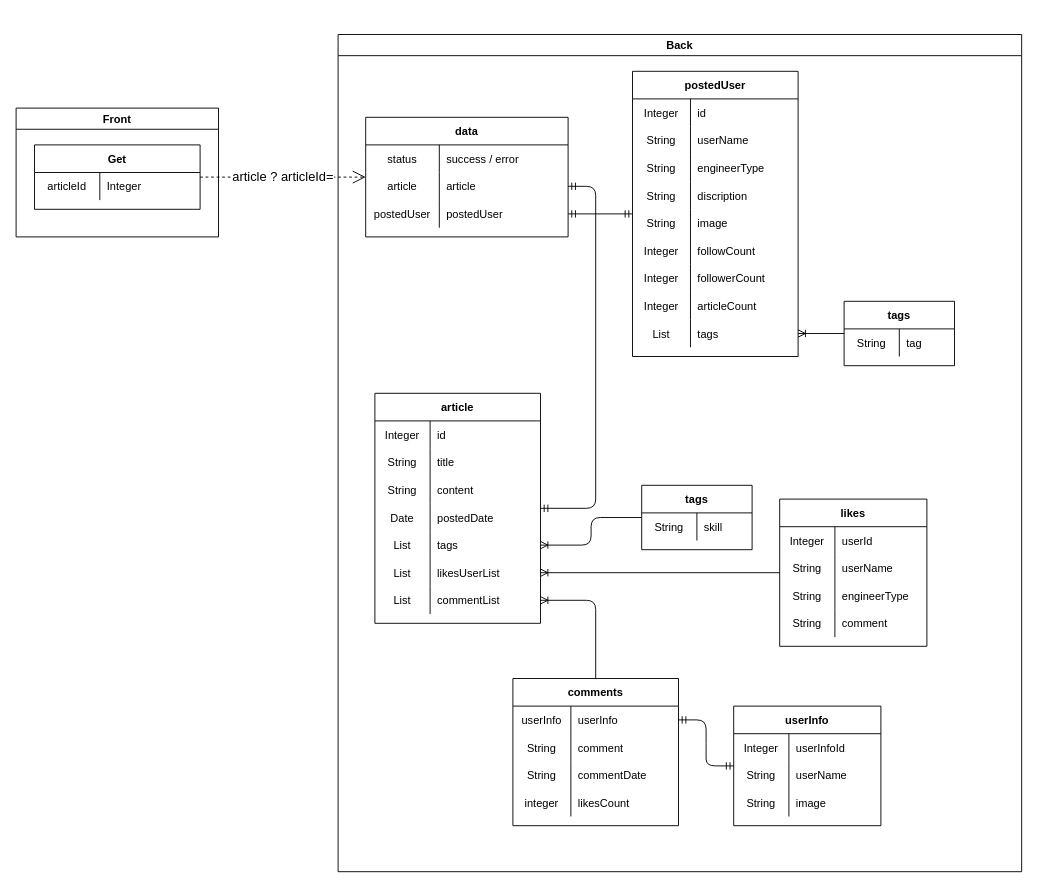
Above: page "記事詳細" (5 of 17) of Designs/基本設計.drawio in yusuke-rakus/Qiish (draw.io), before the change. Source tidied: cells renumbered, new cells numbered last; positions are measured from the earlier drawing's top-left corner, leaving out a move shared by most shapes. Both pictures are drawn from the tidied source at 92%, with x=0, y=0 at pixel (16, 34).
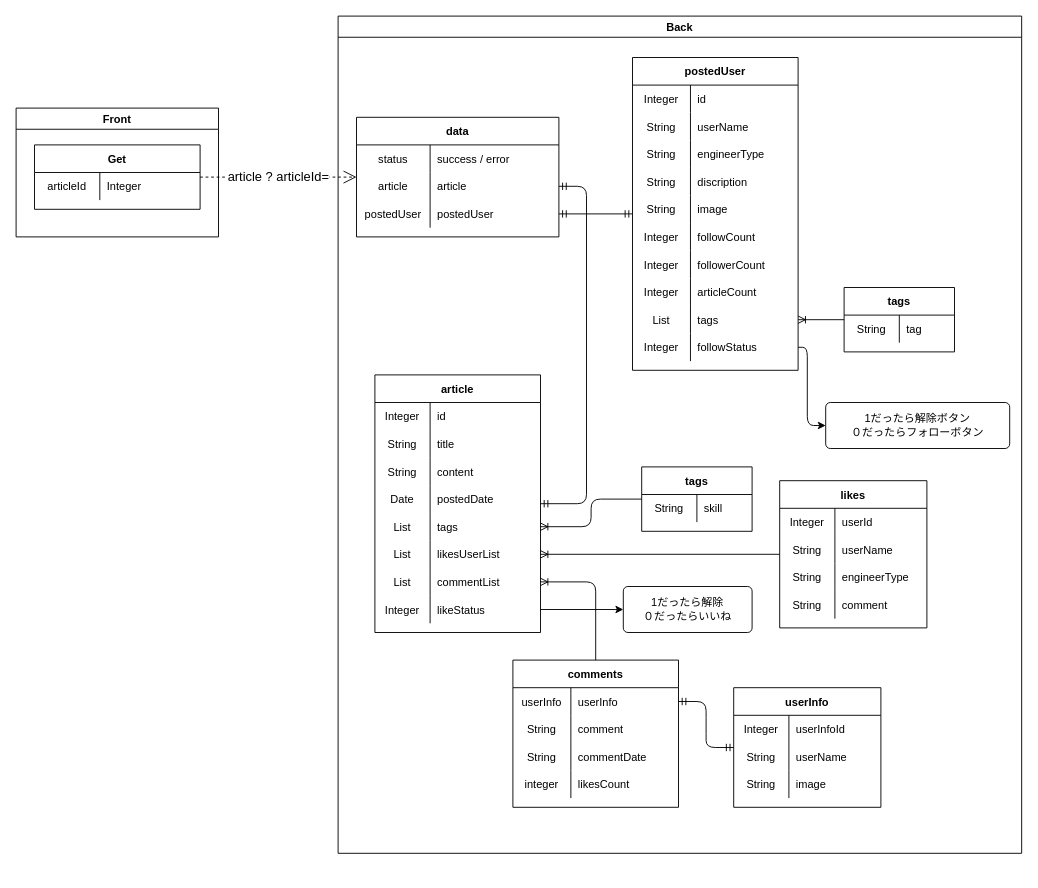
The same page after the edit.

The change refers to these unchanged cells:
```xml
<mxCell id="3" value="Get" style="shape=table;startSize=30;childLayout=tableLayout;rowLines=0;fontStyle=1;align=center;" parent="2" vertex="1">
  <mxGeometry x="20" y="40" width="180" height="70" as="geometry" />
</mxCell>
<mxCell id="15" style="shape=partialRectangle;fillColor=none;top=0;left=0;bottom=0;right=0;points=[[0,0.5],[1,0.5]];portConstraint=eastwest;" parent="8" vertex="1">
  <mxGeometry y="90" width="220" height="30" as="geometry" />
</mxCell>
<mxCell id="115" style="shape=partialRectangle;fillColor=none;top=0;left=0;bottom=0;right=0;points=[[0,0.5],[1,0.5]];portConstraint=eastwest;" parent="90" vertex="1">
  <mxGeometry y="270" width="180" height="30" as="geometry" />
</mxCell>
```

The edit, as a diff of the source:
```diff
@@
     <mxCell id="7" value="Back" style="swimlane;" parent="1" vertex="1">
-      <mxGeometry x="350" width="743" height="910" as="geometry" />
+      <mxGeometry x="350" y="-20" width="743" height="910" as="geometry" />
     </mxCell>
     <mxCell id="8" value="data" style="shape=table;startSize=30;childLayout=tableLayout;rowLines=0;fontStyle=1;align=center;" parent="7" vertex="1">
-      <mxGeometry x="30" y="90" width="220" height="130" as="geometry" />
+      <mxGeometry x="20" y="110" width="220" height="130" as="geometry" />
     </mxCell>
@@
     <mxCell id="18" value="tags" style="shape=table;startSize=30;childLayout=tableLayout;rowLines=0;fontStyle=1;align=center;" parent="7" vertex="1">
-      <mxGeometry x="550" y="290" width="120" height="70" as="geometry" />
+      <mxGeometry x="550" y="295" width="120" height="70" as="geometry" />
     </mxCell>
@@
     <mxCell id="63" value="article" style="shape=table;startSize=30;childLayout=tableLayout;rowLines=0;fontStyle=1;align=center;" parent="7" vertex="1">
-      <mxGeometry x="40" y="390" width="180" height="250" as="geometry" />
+      <mxGeometry x="40" y="390" width="180" height="280" as="geometry" />
     </mxCell>
@@
+    <mxCell id="120" style="shape=partialRectangle;fillColor=none;top=0;left=0;bottom=0;right=0;points=[[0,0.5],[1,0.5]];portConstraint=eastwest;" parent="63" vertex="1">
+      <mxGeometry y="240" width="180" height="30" as="geometry" />
+    </mxCell>
+    <mxCell id="121" value="Integer" style="shape=partialRectangle;fillColor=none;top=0;left=0;bottom=0;right=0;overflow=hidden;" parent="120" vertex="1">
+      <mxGeometry width="60" height="30" as="geometry" />
+    </mxCell>
+    <mxCell id="122" value="likeStatus" style="shape=partialRectangle;fillColor=none;top=0;left=0;bottom=0;right=0;align=left;spacingLeft=6;overflow=hidden;" parent="120" vertex="1">
+      <mxGeometry x="60" width="120" height="30" as="geometry" />
+    </mxCell>
@@
-    <mxCell id="89" value="&lt;font style=&quot;font-size: 14px&quot;&gt;article ? articleId=&lt;br&gt;&lt;/font&gt;" style="endArrow=open;endSize=12;dashed=1;html=1;" parent="1" edge="1" source="3" target="8">
-      <mxGeometry relative="1" as="geometry" />
-    </mxCell>
-    <mxCell id="90" value="postedUser" style="shape=table;startSize=30;childLayout=tableLayout;rowLines=0;fontStyle=1;align=center;" parent="1" vertex="1">
-      <mxGeometry x="670" y="40" width="180" height="310" as="geometry" />
+    <mxCell id="90" value="postedUser" style="shape=table;startSize=30;childLayout=tableLayout;rowLines=0;fontStyle=1;align=center;" parent="7" vertex="1">
+      <mxGeometry x="320" y="45" width="180" height="340" as="geometry" />
     </mxCell>
@@
+    <mxCell id="123" style="shape=partialRectangle;fillColor=none;top=0;left=0;bottom=0;right=0;points=[[0,0.5],[1,0.5]];portConstraint=eastwest;" parent="90" vertex="1">
+      <mxGeometry y="300" width="180" height="30" as="geometry" />
+    </mxCell>
+    <mxCell id="124" value="Integer" style="shape=partialRectangle;fillColor=none;top=0;left=0;bottom=0;right=0;overflow=hidden;" parent="123" vertex="1">
+      <mxGeometry width="63" height="30" as="geometry" />
+    </mxCell>
+    <mxCell id="125" value="followStatus" style="shape=partialRectangle;fillColor=none;top=0;left=0;bottom=0;right=0;align=left;spacingLeft=6;overflow=hidden;" parent="123" vertex="1">
+      <mxGeometry x="63" width="117" height="30" as="geometry" />
+    </mxCell>
-    <mxCell id="118" style="edgeStyle=orthogonalEdgeStyle;fontSize=12;html=1;endArrow=ERoneToMany;" parent="1" edge="1" source="18" target="115">
+    <mxCell id="118" style="edgeStyle=orthogonalEdgeStyle;fontSize=12;html=1;endArrow=ERoneToMany;" parent="7" edge="1" source="18" target="115">
       <mxGeometry relative="1" as="geometry" />
     </mxCell>
-    <mxCell id="119" style="edgeStyle=orthogonalEdgeStyle;fontSize=12;html=1;endArrow=ERmandOne;startArrow=ERmandOne;" parent="1" edge="1" source="90" target="15">
+    <mxCell id="119" style="edgeStyle=orthogonalEdgeStyle;fontSize=12;html=1;endArrow=ERmandOne;startArrow=ERmandOne;" parent="7" edge="1" source="90" target="15">
       <mxGeometry relative="1" as="geometry" />
     </mxCell>
+    <mxCell id="126" value="1だったら解除ボタン&lt;br&gt;０だったらフォローボタン" style="rounded=1;arcSize=10;whiteSpace=wrap;html=1;align=center;" parent="7" vertex="1">
+      <mxGeometry x="530" y="420" width="200" height="50" as="geometry" />
+    </mxCell>
+    <mxCell id="127" style="edgeStyle=orthogonalEdgeStyle;html=1;exitX=1;exitY=0.5;exitDx=0;exitDy=0;" parent="7" edge="1" source="123" target="126">
+      <mxGeometry relative="1" as="geometry">
+        <Array as="points">
+          <mxPoint x="510" y="360" />
+          <mxPoint x="510" y="445" />
+        </Array>
+      </mxGeometry>
+    </mxCell>
+    <mxCell id="128" value="1だったら解除&lt;br&gt;０だったらいいね" style="rounded=1;arcSize=10;whiteSpace=wrap;html=1;align=center;" parent="7" vertex="1">
+      <mxGeometry x="310" y="620" width="140" height="50" as="geometry" />
+    </mxCell>
+    <mxCell id="129" style="edgeStyle=orthogonalEdgeStyle;html=1;exitX=1;exitY=0.5;exitDx=0;exitDy=0;" parent="7" edge="1" source="120" target="128">
+      <mxGeometry relative="1" as="geometry" />
+    </mxCell>
+    <mxCell id="89" value="&lt;font style=&quot;font-size: 14px&quot;&gt;article ? articleId=&lt;br&gt;&lt;/font&gt;" style="endArrow=open;endSize=12;dashed=1;html=1;" parent="1" edge="1" source="3" target="8">
+      <mxGeometry relative="1" as="geometry" />
+    </mxCell>
```
